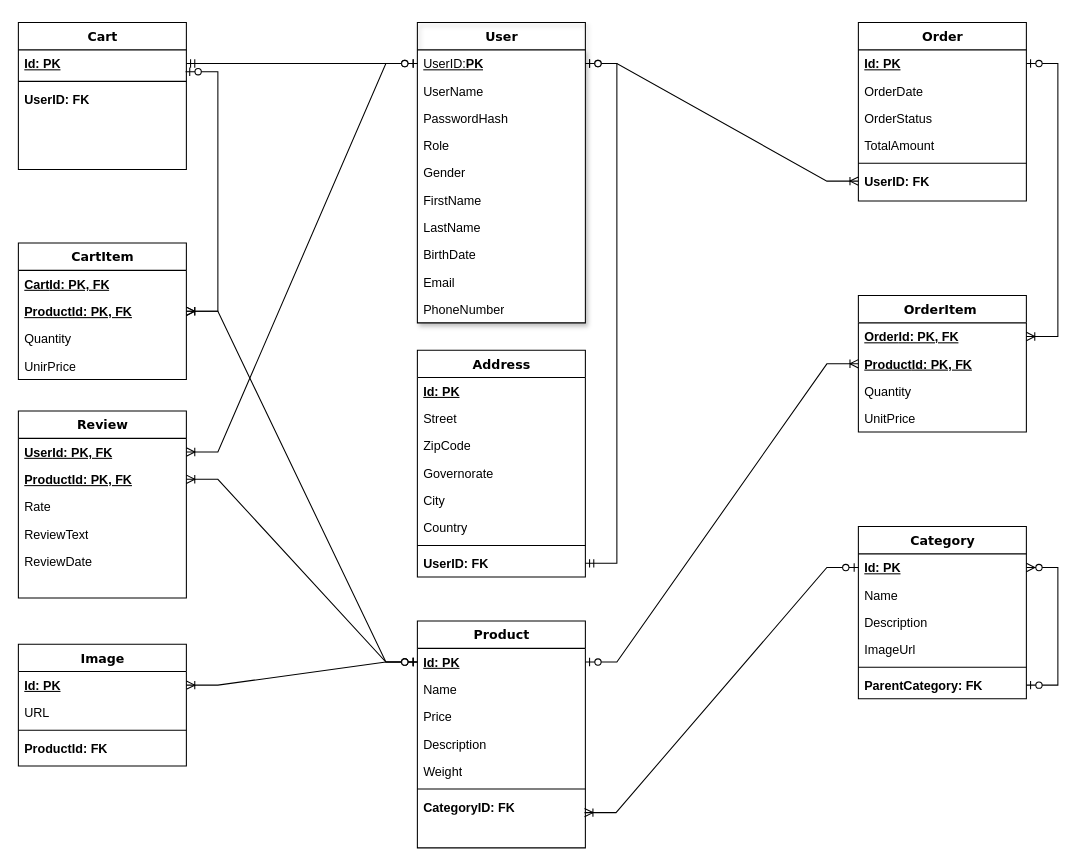
Above: Media/LapStoreSchema.drawio in E-Commerce-LapStore/E-CommerceLapStore (draw.io), before the change. Source tidied: cells renumbered, new cells numbered last; positions are measured from the earlier drawing's top-left corner, leaving out a move shared by most shapes. Both pictures are drawn from the tidied source at 105%, with x=0, y=0 at pixel (18, 22).
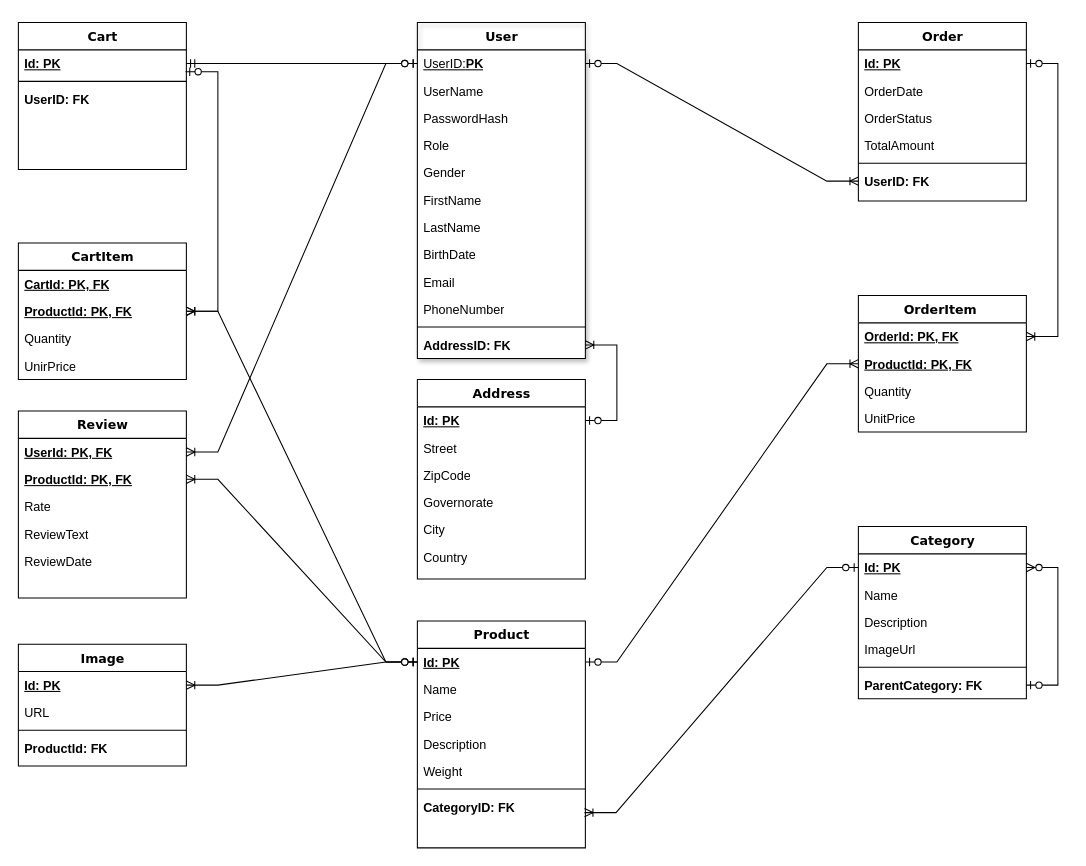
Above is the later version.

The change refers to these unchanged cells:
```xml
<mxCell id="11" value="&lt;u&gt;UserID:&lt;b&gt;PK&lt;/b&gt;&lt;/u&gt;" style="text;html=1;strokeColor=none;fillColor=none;align=left;verticalAlign=top;spacingLeft=4;spacingRight=4;whiteSpace=wrap;overflow=hidden;points=[[0,0.5],[1,0.5]];portConstraint=eastwest;" parent="10" vertex="1">
  <mxGeometry y="26" width="160" height="26" as="geometry" />
</mxCell>
<mxCell id="72" value="&lt;u&gt;&lt;b&gt;Id: PK&lt;/b&gt;&lt;/u&gt;" style="text;html=1;strokeColor=none;fillColor=none;align=left;verticalAlign=top;spacingLeft=4;spacingRight=4;whiteSpace=wrap;overflow=hidden;points=[[0,0.5],[1,0.5]];portConstraint=eastwest;" parent="71" vertex="1">
  <mxGeometry y="26" width="160" height="26" as="geometry" />
</mxCell>
```

Change to the diagram source:
```diff
@@
     <mxCell id="10" value="User" style="swimlane;html=1;fontStyle=1;align=center;verticalAlign=top;horizontal=1;startSize=26;swimlaneFillColor=#ffffff;rounded=0;shadow=1;comic=0;labelBackgroundColor=none;strokeWidth=1;fillColor=none;fontFamily=Verdana;fontSize=12;" parent="1" vertex="1">
-      <mxGeometry x="380" width="160" height="286" as="geometry" />
+      <mxGeometry x="380" width="160" height="320" as="geometry" />
     </mxCell>
@@
+    <mxCell id="81" style="line;html=1;strokeWidth=1;fillColor=none;align=left;verticalAlign=middle;spacingTop=-1;spacingLeft=3;spacingRight=3;labelPosition=right;" parent="10" vertex="1">
+      <mxGeometry y="286" width="160" height="8" as="geometry" />
+    </mxCell>
+    <mxCell id="79" value="&lt;b&gt;AddressID: FK&lt;/b&gt;" style="text;html=1;strokeColor=none;fillColor=none;align=left;verticalAlign=top;spacingLeft=4;spacingRight=4;whiteSpace=wrap;overflow=hidden;points=[[0,0.5],[1,0.5]];portConstraint=eastwest;" parent="10" vertex="1">
+      <mxGeometry y="294" width="160" height="26" as="geometry" />
+    </mxCell>
@@
     <mxCell id="71" value="Address" style="swimlane;html=1;fontStyle=1;align=center;verticalAlign=top;horizontal=1;startSize=26;swimlaneFillColor=#ffffff;rounded=0;shadow=0;comic=0;labelBackgroundColor=none;strokeWidth=1;fillColor=none;fontFamily=Verdana;fontSize=12;" parent="1" vertex="1">
-      <mxGeometry x="380" y="312" width="160" height="216" as="geometry" />
+      <mxGeometry x="380" y="340" width="160" height="190" as="geometry" />
     </mxCell>
@@
-    <mxCell id="78" style="line;html=1;strokeWidth=1;fillColor=none;align=left;verticalAlign=middle;spacingTop=-1;spacingLeft=3;spacingRight=3;labelPosition=right;" parent="71" vertex="1">
-      <mxGeometry y="182" width="160" height="8" as="geometry" />
-    </mxCell>
-    <mxCell id="79" value="&lt;b&gt;UserID: FK&lt;/b&gt;" style="text;html=1;strokeColor=none;fillColor=none;align=left;verticalAlign=top;spacingLeft=4;spacingRight=4;whiteSpace=wrap;overflow=hidden;points=[[0,0.5],[1,0.5]];portConstraint=eastwest;" parent="71" vertex="1">
-      <mxGeometry y="190" width="160" height="26" as="geometry" />
-    </mxCell>
-    <mxCell id="80" style="edgeStyle=entityRelationEdgeStyle;fontSize=12;html=1;endArrow=ERzeroToOne;startArrow=ERmandOne;rounded=0;entryX=1;entryY=0.5;entryDx=0;entryDy=0;" parent="1" edge="1" source="79" target="11">
-      <mxGeometry relative="1" as="geometry" />
-    </mxCell>
+    <mxCell id="82" style="edgeStyle=entityRelationEdgeStyle;fontSize=12;html=1;endArrow=ERoneToMany;startArrow=ERzeroToOne;rounded=0;" parent="1" edge="1" source="72" target="79">
+      <mxGeometry relative="1" as="geometry" />
+    </mxCell>
```
